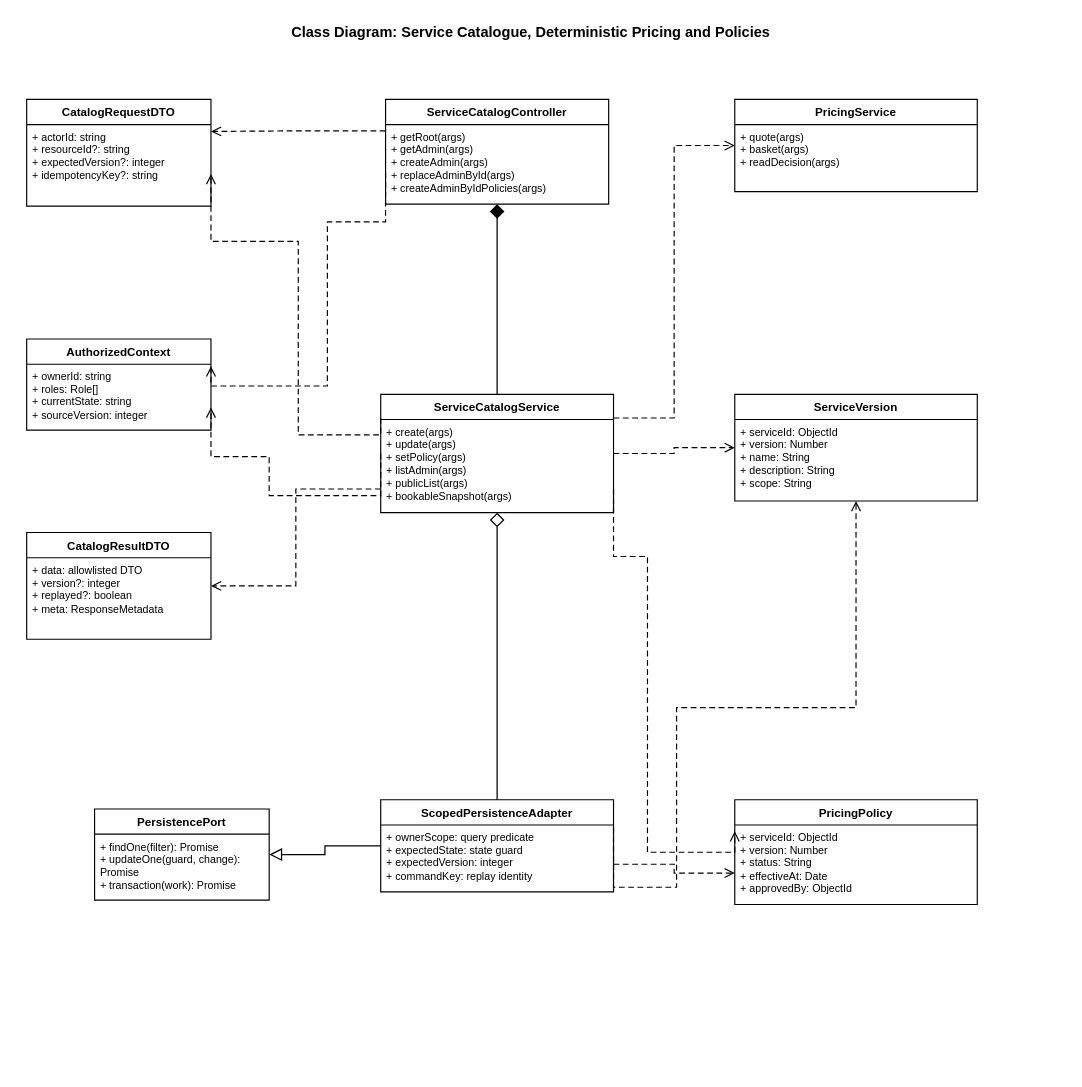
Earlier version of the draw.io diagram page "6. Service Catalogue, Deterministic Pricing and Policies" (1 of 2) of doc/reports/report4/class/class-catalog.drawio (ngocthanhhx7/SEP490_G101_FALL2026). Source tidied: cells renumbered, new cells numbered last; positions are measured from the earlier drawing's top-left corner, leaving out a move shared by most shapes. Both pictures are drawn from the tidied source at 97%, with x=0, y=0 at pixel (26, 16).
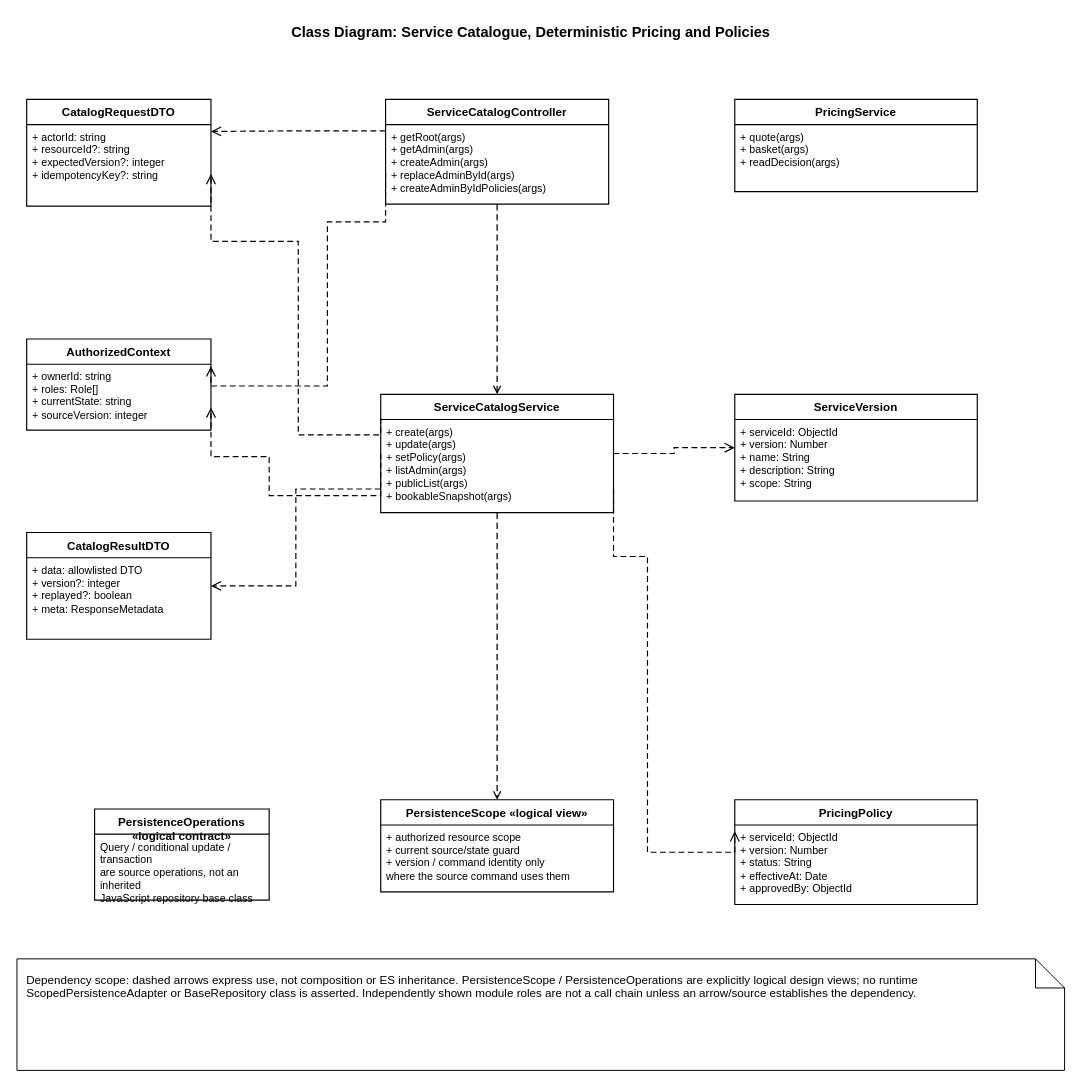
The same page after the edit.

Unchanged cells that the change refers to:
```xml
<mxCell id="11" value="ServiceCatalogController" style="swimlane;fontStyle=1;align=center;verticalAlign=top;horizontal=1;startSize=26;html=1;whiteSpace=wrap;fillColor=#FFFFFF;strokeColor=#000000;strokeWidth=1.2;" parent="1" vertex="1">
  <mxGeometry x="370" y="86" width="230" height="108" as="geometry" />
</mxCell>
<mxCell id="13" value="ServiceCatalogService" style="swimlane;fontStyle=1;align=center;verticalAlign=top;horizontal=1;startSize=26;html=1;whiteSpace=wrap;fillColor=#FFFFFF;strokeColor=#000000;strokeWidth=1.2;" parent="1" vertex="1">
  <mxGeometry x="365" y="390" width="240" height="122" as="geometry" />
</mxCell>
<mxCell id="17" value="PricingService" style="swimlane;fontStyle=1;align=center;verticalAlign=top;horizontal=1;startSize=26;html=1;whiteSpace=wrap;fillColor=#FFFFFF;strokeColor=#000000;strokeWidth=1.2;" parent="1" vertex="1">
  <mxGeometry x="730" y="86" width="250" height="95" as="geometry" />
</mxCell>
<mxCell id="19" value="ServiceVersion" style="swimlane;fontStyle=1;align=center;verticalAlign=top;horizontal=1;startSize=26;html=1;whiteSpace=wrap;fillColor=#FFFFFF;strokeColor=#000000;strokeWidth=1.2;" parent="1" vertex="1">
  <mxGeometry x="730" y="390" width="250" height="110" as="geometry" />
</mxCell>
<mxCell id="21" value="PricingPolicy" style="swimlane;fontStyle=1;align=center;verticalAlign=top;horizontal=1;startSize=26;html=1;whiteSpace=wrap;fillColor=#FFFFFF;strokeColor=#000000;strokeWidth=1.2;" parent="1" vertex="1">
  <mxGeometry x="730" y="808" width="250" height="108" as="geometry" />
</mxCell>
```

Diff of the diagram source:
```diff
@@
-    <mxCell id="9" value="PersistencePort" style="swimlane;fontStyle=1;align=center;verticalAlign=top;horizontal=1;startSize=26;html=1;whiteSpace=wrap;fillColor=#FFFFFF;strokeColor=#000000;strokeWidth=1.2;" parent="1" vertex="1">
+    <mxCell id="9" value="PersistenceOperations «logical contract»" style="swimlane;fontStyle=1;align=center;verticalAlign=top;horizontal=1;startSize=26;html=1;whiteSpace=wrap;fillColor=#FFFFFF;strokeColor=#000000;strokeWidth=1.2;" parent="1" vertex="1">
       <mxGeometry x="70" y="817.5" width="180" height="94" as="geometry" />
     </mxCell>
-    <mxCell id="10" value="+ findOne(filter): Promise&#10;+ updateOne(guard, change): Promise&#10;+ transaction(work): Promise" style="text;strokeColor=none;fillColor=none;align=left;verticalAlign=top;spacingLeft=4;spacingRight=4;overflow=visible;whiteSpace=wrap;html=1;fontSize=11;" parent="9" vertex="1">
+    <mxCell id="10" value="Query / conditional update / transaction&#10;are source operations, not an inherited&#10;JavaScript repository base class" style="text;strokeColor=none;fillColor=none;align=left;verticalAlign=top;spacingLeft=4;spacingRight=4;overflow=visible;whiteSpace=wrap;html=1;fontSize=11;" parent="9" vertex="1">
       <mxGeometry y="26" width="180" height="68" as="geometry" />
     </mxCell>
@@
-    <mxCell id="15" value="ScopedPersistenceAdapter" style="swimlane;fontStyle=1;align=center;verticalAlign=top;horizontal=1;startSize=26;html=1;whiteSpace=wrap;fillColor=#FFFFFF;strokeColor=#000000;strokeWidth=1.2;" parent="1" vertex="1">
+    <mxCell id="15" value="PersistenceScope «logical view»" style="swimlane;fontStyle=1;align=center;verticalAlign=top;horizontal=1;startSize=26;html=1;whiteSpace=wrap;fillColor=#FFFFFF;strokeColor=#000000;strokeWidth=1.2;" parent="1" vertex="1">
       <mxGeometry x="365" y="808" width="240" height="95" as="geometry" />
     </mxCell>
-    <mxCell id="16" value="+ ownerScope: query predicate&#10;+ expectedState: state guard&#10;+ expectedVersion: integer&#10;+ commandKey: replay identity" style="text;strokeColor=none;fillColor=none;align=left;verticalAlign=top;spacingLeft=4;spacingRight=4;overflow=visible;whiteSpace=wrap;html=1;fontSize=11;" parent="15" vertex="1">
+    <mxCell id="16" value="+ authorized resource scope&#10;+ current source/state guard&#10;+ version / command identity only&#10;  where the source command uses them" style="text;strokeColor=none;fillColor=none;align=left;verticalAlign=top;spacingLeft=4;spacingRight=4;overflow=visible;whiteSpace=wrap;html=1;fontSize=11;" parent="15" vertex="1">
       <mxGeometry y="26" width="240" height="69" as="geometry" />
     </mxCell>
@@
-    <mxCell id="23" style="edgeStyle=orthogonalEdgeStyle;rounded=0;jettySize=auto;html=1;startArrow=diamond;startFill=1;startSize=12;endArrow=none;strokeColor=#000000;strokeWidth=1.3;exitX=0.5;exitY=1;exitDx=0;exitDy=0;entryX=0.5;entryY=0;entryDx=0;entryDy=0;" parent="1" edge="1" source="11" target="13">
+    <mxCell id="23" style="edgeStyle=orthogonalEdgeStyle;rounded=0;jettySize=auto;html=1;strokeColor=#000000;strokeWidth=1.3;exitX=0.5;exitY=1;exitDx=0;exitDy=0;entryX=0.5;entryY=0;entryDx=0;entryDy=0;dashed=1;dashPattern=5 3;startArrow=none;endArrow=open;dashed=1;dashPattern=5 3;" parent="1" edge="1" source="11" target="13">
       <mxGeometry relative="1" as="geometry" />
     </mxCell>
-    <mxCell id="24" style="edgeStyle=orthogonalEdgeStyle;rounded=0;jettySize=auto;html=1;startArrow=diamond;startFill=0;startSize=12;endArrow=none;strokeColor=#000000;strokeWidth=1.3;exitX=0.5;exitY=1;exitDx=0;exitDy=0;entryX=0.5;entryY=0;entryDx=0;entryDy=0;" parent="1" edge="1" source="13" target="15">
+    <mxCell id="24" style="edgeStyle=orthogonalEdgeStyle;rounded=0;jettySize=auto;html=1;strokeColor=#000000;strokeWidth=1.3;exitX=0.5;exitY=1;exitDx=0;exitDy=0;entryX=0.5;entryY=0;entryDx=0;entryDy=0;dashed=1;dashPattern=5 3;startArrow=none;endArrow=open;dashed=1;dashPattern=5 3;" parent="1" edge="1" source="13" target="15">
       <mxGeometry relative="1" as="geometry" />
     </mxCell>
-    <mxCell id="25" style="edgeStyle=orthogonalEdgeStyle;rounded=0;jettySize=auto;html=1;endArrow=block;endFill=0;endSize=10;strokeColor=#000000;strokeWidth=1.3;exitX=0;exitY=0.5;exitDx=0;exitDy=0;entryX=1;entryY=0.5;entryDx=0;entryDy=0;" parent="1" edge="1" source="15" target="9">
-      <mxGeometry relative="1" as="geometry" />
-    </mxCell>
@@
-    <mxCell id="31" style="edgeStyle=orthogonalEdgeStyle;rounded=0;jettySize=auto;html=1;dashed=1;dashPattern=5 3;endArrow=open;endSize=8;strokeColor=#000000;strokeWidth=1.2;exitX=1;exitY=0.2;exitDx=0;exitDy=0;entryX=0;entryY=0.5;entryDx=0;entryDy=0;" parent="1" edge="1" source="13" target="17">
-      <mxGeometry relative="1" as="geometry" />
-    </mxCell>
@@
-    <mxCell id="34" style="edgeStyle=orthogonalEdgeStyle;rounded=0;jettySize=auto;html=1;dashed=1;dashPattern=5 3;endArrow=open;endSize=8;strokeColor=#000000;strokeWidth=1.2;exitX=1;exitY=0.3;exitDx=0;exitDy=0;entryX=0.5;entryY=1;entryDx=0;entryDy=0;" parent="1" edge="1" source="15" target="19">
-      <mxGeometry x="0.09" relative="1" as="geometry">
-        <Array as="points">
-          <mxPoint x="605" y="898.2" />
-          <mxPoint x="670" y="898.2" />
-          <mxPoint x="670" y="713" />
-          <mxPoint x="855" y="713" />
-        </Array>
-      </mxGeometry>
-    </mxCell>
-    <mxCell id="35" style="edgeStyle=orthogonalEdgeStyle;rounded=0;jettySize=auto;html=1;dashed=1;dashPattern=5 3;endArrow=open;endSize=8;strokeColor=#000000;strokeWidth=1.2;exitX=1;exitY=0.7;exitDx=0;exitDy=0;entryX=0;entryY=0.7;entryDx=0;entryDy=0;" parent="1" edge="1" source="15" target="21">
-      <mxGeometry relative="1" as="geometry" />
-    </mxCell>
+    <mxCell id="36" value="Dependency scope: dashed arrows express use, not composition or ES inheritance. PersistenceScope / PersistenceOperations are explicitly logical design views; no runtime ScopedPersistenceAdapter or BaseRepository class is asserted. Independently shown module roles are not a call chain unless an arrow/source establishes the dependency." style="shape=note;html=0;whiteSpace=wrap;align=left;verticalAlign=top;spacing=10;fontSize=12;fillColor=#ffffff;strokeColor=#000000;" parent="1" vertex="1">
+      <mxGeometry x="-10" y="972" width="1080" height="115" as="geometry" />
+    </mxCell>
```
